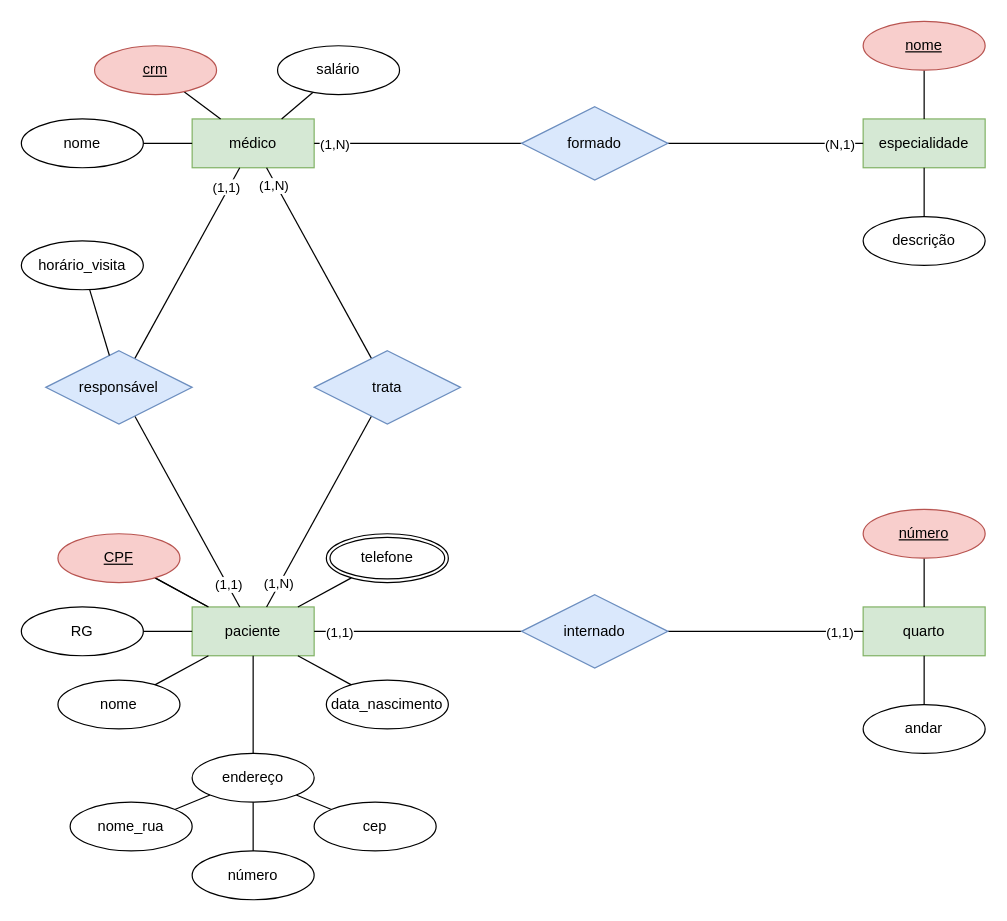
This is aula2-minimundo-clínica.drawio from AristoEinstein/db-fundamentals, a draw.io file, before an edit. Source tidied: cells renumbered, new cells numbered last; positions are measured from the earlier drawing's top-left corner, leaving out a move shared by most shapes. Both pictures are drawn from the tidied source at 122%, with x=0, y=0 at pixel (21, 21).
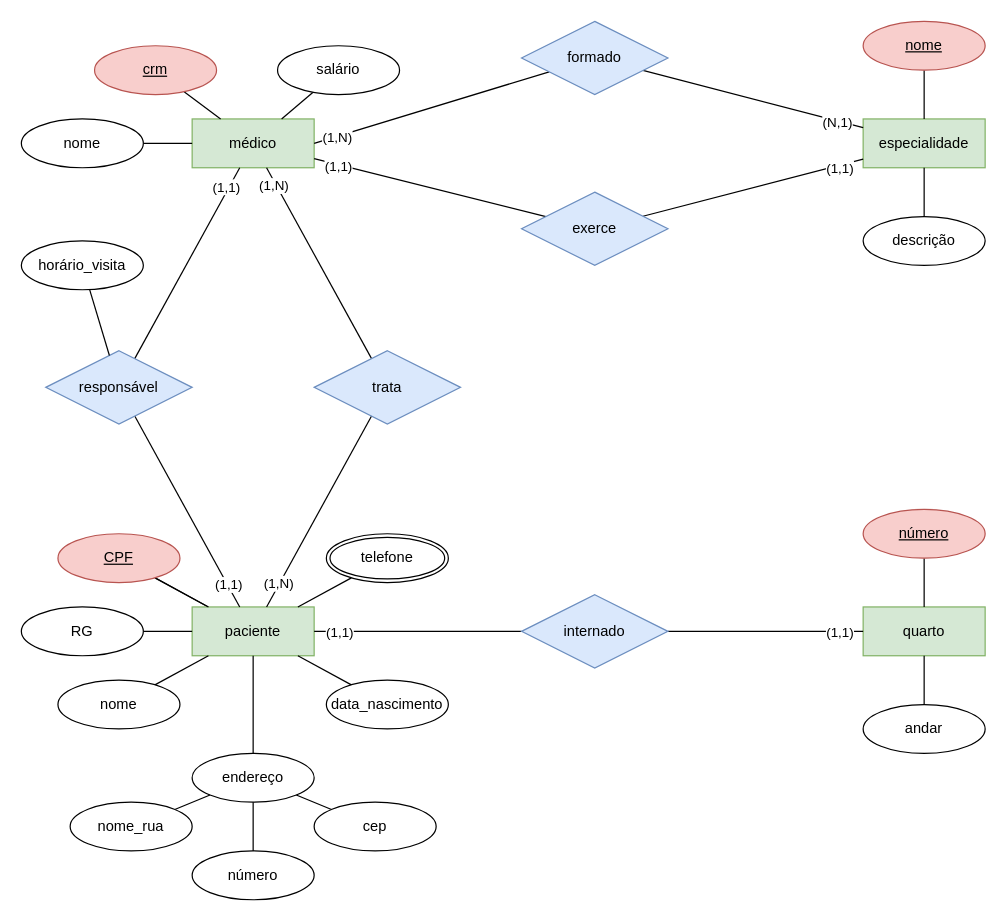
The same diagram, later.

Commit message:
ESSE SIM É O FINAL.DRAWIO

The change refers to these unchanged cells:
```xml
<mxCell id="2" value="médico" style="whiteSpace=wrap;html=1;align=center;fillColor=#d5e8d4;strokeColor=#82b366;" parent="1" vertex="1">
  <mxGeometry x="140" y="80" width="100" height="40" as="geometry" />
</mxCell>
<mxCell id="3" value="especialidade" style="whiteSpace=wrap;html=1;align=center;fillColor=#d5e8d4;strokeColor=#82b366;" parent="1" vertex="1">
  <mxGeometry x="690" y="80" width="100" height="40" as="geometry" />
</mxCell>
```

The edit, as a diff of the source:
```diff
@@
     <mxCell id="33" value="formado" style="shape=rhombus;perimeter=rhombusPerimeter;whiteSpace=wrap;html=1;align=center;fillColor=#dae8fc;strokeColor=#6c8ebf;" parent="1" vertex="1">
-      <mxGeometry x="410" y="70" width="120" height="60" as="geometry" />
+      <mxGeometry x="410" width="120" height="60" as="geometry" />
     </mxCell>
@@
+    <mxCell id="61" style="edgeStyle=none;rounded=0;jettySize=auto;html=1;endArrow=none;endFill=0;" parent="1" edge="1" source="65" target="2">
+      <mxGeometry relative="1" as="geometry" />
+    </mxCell>
+    <mxCell id="62" value="(1,1)" style="edgeLabel;html=1;align=center;verticalAlign=middle;" parent="61" vertex="1">
+      <mxGeometry x="0.78" y="1" relative="1" as="geometry">
+        <mxPoint x="-1" as="offset" />
+      </mxGeometry>
+    </mxCell>
+    <mxCell id="63" style="edgeStyle=none;rounded=0;jettySize=auto;html=1;endArrow=none;endFill=0;" parent="1" edge="1" source="65" target="3">
+      <mxGeometry relative="1" as="geometry" />
+    </mxCell>
+    <mxCell id="64" value="(1,1)" style="edgeLabel;html=1;align=center;verticalAlign=middle;" parent="63" vertex="1">
+      <mxGeometry x="0.85" y="-4" relative="1" as="geometry">
+        <mxPoint x="-7" as="offset" />
+      </mxGeometry>
+    </mxCell>
+    <mxCell id="65" value="exerce" style="shape=rhombus;perimeter=rhombusPerimeter;whiteSpace=wrap;html=1;align=center;fillColor=#dae8fc;strokeColor=#6c8ebf;" parent="1" vertex="1">
+      <mxGeometry x="410" y="140" width="120" height="60" as="geometry" />
+    </mxCell>
```
